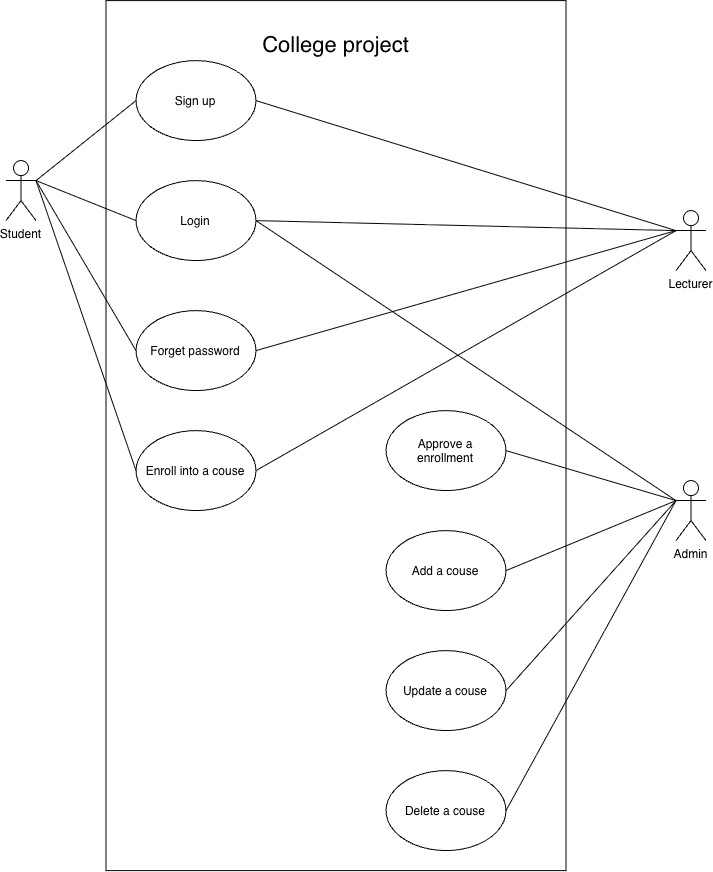
This is Week5/Activity 1/College project User Case Diagram.drawio.png from willtbing/Yoobee_MSE800, a draw.io export, as it was before one commit. Source tidied: cells renumbered, new cells last; positions are measured from the earlier drawing's top-left corner, leaving out a move shared by most shapes.
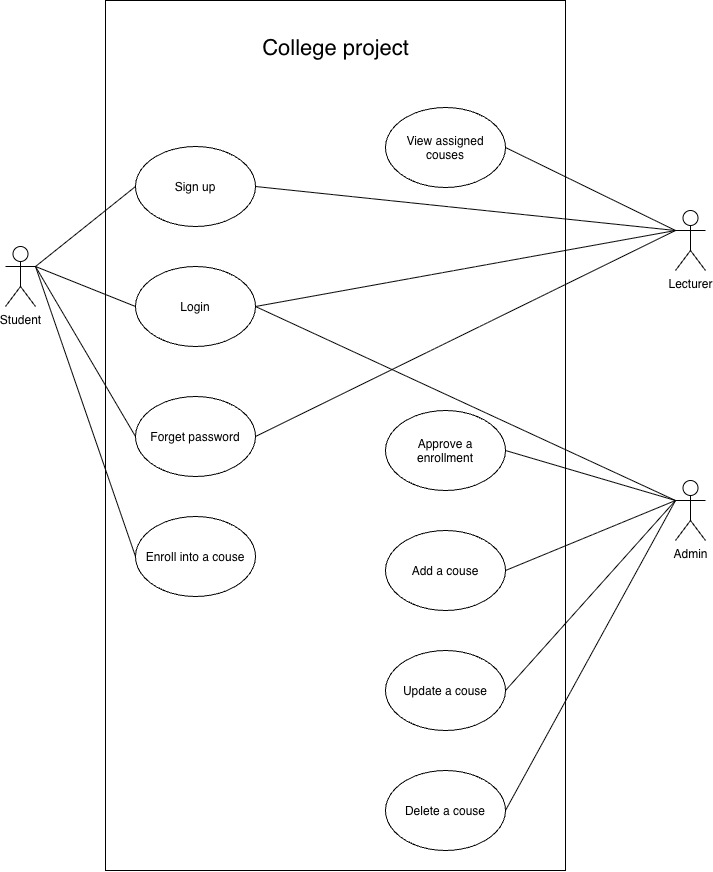
After the change.

Change to the diagram source:
```diff
@@ -6,16 +6,16 @@
       <mxGeometry x="100" width="460" height="870" as="geometry" />
     </mxCell>
     <mxCell id="3" value="Sign up" style="ellipse;whiteSpace=wrap;html=1;shapeInside=1;" parent="1" vertex="1">
-      <mxGeometry x="130" y="60" width="120" height="80" as="geometry" />
+      <mxGeometry x="130" y="146" width="120" height="80" as="geometry" />
     </mxCell>
     <mxCell id="4" value="Login" style="ellipse;whiteSpace=wrap;html=1;shapeInside=1;" parent="1" vertex="1">
-      <mxGeometry x="130" y="180" width="120" height="80" as="geometry" />
+      <mxGeometry x="130" y="266" width="120" height="80" as="geometry" />
     </mxCell>
     <mxCell id="5" value="Enroll into a couse" style="ellipse;whiteSpace=wrap;html=1;shapeInside=1;" parent="1" vertex="1">
-      <mxGeometry x="130" y="430" width="120" height="80" as="geometry" />
+      <mxGeometry x="130" y="516" width="120" height="80" as="geometry" />
     </mxCell>
     <mxCell id="6" value="Forget password" style="ellipse;whiteSpace=wrap;html=1;shapeInside=1;" parent="1" vertex="1">
-      <mxGeometry x="130" y="310" width="120" height="80" as="geometry" />
+      <mxGeometry x="130" y="396" width="120" height="80" as="geometry" />
     </mxCell>
     <mxCell id="7" value="Add a couse" style="ellipse;whiteSpace=wrap;html=1;shapeInside=1;" parent="1" vertex="1">
       <mxGeometry x="380" y="530" width="120" height="80" as="geometry" />
@@ -27,10 +27,10 @@
       <mxGeometry x="380" y="770" width="120" height="80" as="geometry" />
     </mxCell>
     <mxCell id="10" value="&lt;span&gt;&lt;font style=&quot;font-size: 22px;&quot;&gt;College project&lt;/font&gt;&lt;/span&gt;" style="text;html=1;whiteSpace=wrap;strokeColor=none;fillColor=none;align=center;verticalAlign=middle;rounded=0;" parent="1" vertex="1">
-      <mxGeometry x="247.5" y="30" width="165" height="30" as="geometry" />
+      <mxGeometry x="247.5" y="33" width="165" height="30" as="geometry" />
     </mxCell>
     <mxCell id="11" value="Student" style="shape=umlActor;verticalLabelPosition=bottom;verticalAlign=top;html=1;outlineConnect=0;" parent="1" vertex="1">
-      <mxGeometry y="160" width="30" height="60" as="geometry" />
+      <mxGeometry y="246" width="30" height="60" as="geometry" />
     </mxCell>
     <mxCell id="12" style="endArrow=none;html=1;rounded=0;exitX=1;exitY=0.3333333333333333;exitDx=0;exitDy=0;exitPerimeter=0;entryX=0;entryY=0.5;entryDx=0;entryDy=0;" parent="1" edge="1" source="11" target="3">
       <mxGeometry relative="1" as="geometry" />
@@ -56,9 +56,6 @@
     <mxCell id="19" style="endArrow=none;html=1;rounded=0;entryX=0;entryY=0.3333333333333333;entryDx=0;entryDy=0;entryPerimeter=0;exitX=1;exitY=0.5;exitDx=0;exitDy=0;" parent="1" edge="1" source="6" target="16">
       <mxGeometry relative="1" as="geometry" />
     </mxCell>
-    <mxCell id="20" style="endArrow=none;html=1;rounded=0;entryX=0;entryY=0.3333333333333333;entryDx=0;entryDy=0;entryPerimeter=0;exitX=1;exitY=0.5;exitDx=0;exitDy=0;" parent="1" edge="1" source="5" target="16">
-      <mxGeometry relative="1" as="geometry" />
-    </mxCell>
     <mxCell id="21" value="Admin" style="shape=umlActor;verticalLabelPosition=bottom;verticalAlign=top;html=1;outlineConnect=0;" parent="1" vertex="1">
       <mxGeometry x="670" y="480" width="30" height="60" as="geometry" />
     </mxCell>
@@ -80,5 +77,11 @@
     <mxCell id="27" style="endArrow=none;html=1;rounded=0;entryX=0;entryY=0.3333333333333333;entryDx=0;entryDy=0;entryPerimeter=0;exitX=1;exitY=0.5;exitDx=0;exitDy=0;" parent="1" edge="1" source="26" target="21">
       <mxGeometry relative="1" as="geometry" />
     </mxCell>
+    <mxCell id="28" value="View assigned couses" style="ellipse;whiteSpace=wrap;html=1;shapeInside=1;" parent="1" vertex="1">
+      <mxGeometry x="380" y="107" width="120" height="80" as="geometry" />
+    </mxCell>
+    <mxCell id="29" style="endArrow=none;html=1;rounded=0;exitX=0;exitY=0.3333333333333333;exitDx=0;exitDy=0;exitPerimeter=0;entryX=1;entryY=0.5;entryDx=0;entryDy=0;" parent="1" edge="1" source="16" target="28">
+      <mxGeometry relative="1" as="geometry" />
+    </mxCell>
   </root>
 </mxGraphModel>
```
